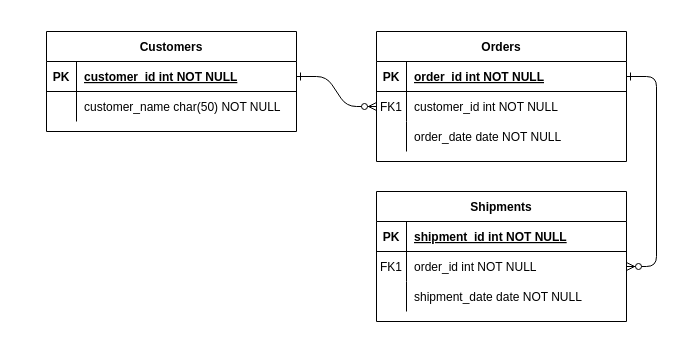
Jes-us/WAFoodOrders keeps this draw.io diagram as Untitled Diagram.drawio. Above is the earlier version. Source tidied: cells renumbered, new cells numbered last; positions are measured from the earlier drawing's top-left corner, leaving out a move shared by most shapes. Both pictures are drawn from the tidied source at 100%, with x=0, y=0 at pixel (46, 31).
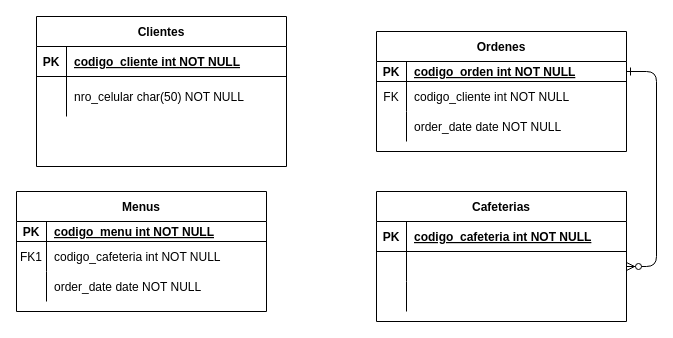
After the change.

Commit message:
Primeros cambios

The change refers to these unchanged cells:
```xml
<mxCell id="15" style="shape=partialRectangle;fillColor=none;top=0;left=0;right=0;bottom=1;" parent="14" vertex="1">
  <mxGeometry y="30" width="250" height="30" as="geometry" />
</mxCell>
<mxCell id="18" style="shape=partialRectangle;fillColor=none;points=[[0,0.5],[1,0.5]];portConstraint=eastwest;top=0;left=0;right=0;bottom=0;" parent="14" vertex="1">
  <mxGeometry y="60" width="250" height="30" as="geometry" />
</mxCell>
<mxCell id="21" style="shape=partialRectangle;fillColor=none;top=0;left=0;right=0;bottom=0;" parent="14" vertex="1">
  <mxGeometry y="90" width="250" height="30" as="geometry" />
</mxCell>
<mxCell id="25" style="shape=partialRectangle;fillColor=none;points=[[0,0.5],[1,0.5]];portConstraint=eastwest;top=0;left=0;right=0;bottom=1;" parent="24" vertex="1">
  <mxGeometry y="30" width="250" height="30" as="geometry" />
</mxCell>
```

Diff of the diagram source:
```diff
@@
-    <mxCell id="2" style="edgeStyle=entityRelationEdgeStyle;endArrow=ERzeroToMany;startArrow=ERone;endFill=1;startFill=0;" parent="1" edge="1" source="25" target="8">
-      <mxGeometry relative="1" as="geometry" />
-    </mxCell>
@@
-    <mxCell id="4" value="Orders" style="shape=table;startSize=30;childLayout=tableLayout;rowLines=0;fontStyle=1;align=center;" parent="1" vertex="1">
-      <mxGeometry x="330" width="250" height="130" as="geometry" />
+    <mxCell id="4" value="Ordenes" style="shape=table;startSize=30;childLayout=tableLayout;rowLines=0;fontStyle=1;align=center;" parent="1" vertex="1">
+      <mxGeometry x="330" width="250" height="120" as="geometry" />
     </mxCell>
     <mxCell id="5" style="shape=partialRectangle;fillColor=none;points=[[0,0.5],[1,0.5]];portConstraint=eastwest;top=0;left=0;right=0;bottom=1;" parent="4" vertex="1">
-      <mxGeometry y="30" width="250" height="30" as="geometry" />
+      <mxGeometry y="30" width="250" height="20" as="geometry" />
     </mxCell>
     <mxCell id="6" value="PK" style="shape=partialRectangle;overflow=hidden;fillColor=none;top=0;left=0;bottom=0;right=0;fontStyle=1;" parent="5" vertex="1">
-      <mxGeometry width="30" height="30" as="geometry" />
+      <mxGeometry width="30" height="20" as="geometry" />
     </mxCell>
-    <mxCell id="7" value="order_id int NOT NULL " style="shape=partialRectangle;overflow=hidden;fillColor=none;top=0;left=0;bottom=0;right=0;align=left;spacingLeft=6;fontStyle=5;" parent="5" vertex="1">
-      <mxGeometry x="30" width="220" height="30" as="geometry" />
+    <mxCell id="7" value="codigo_orden int NOT NULL " style="shape=partialRectangle;overflow=hidden;fillColor=none;top=0;left=0;bottom=0;right=0;align=left;spacingLeft=6;fontStyle=5;" parent="5" vertex="1">
+      <mxGeometry x="30" width="220" height="20" as="geometry" />
     </mxCell>
     <mxCell id="8" style="shape=partialRectangle;fillColor=none;points=[[0,0.5],[1,0.5]];portConstraint=eastwest;top=0;left=0;right=0;bottom=0;" parent="4" vertex="1">
-      <mxGeometry y="60" width="250" height="30" as="geometry" />
+      <mxGeometry y="50" width="250" height="30" as="geometry" />
     </mxCell>
-    <mxCell id="9" value="FK1" style="shape=partialRectangle;overflow=hidden;fillColor=none;top=0;left=0;bottom=0;right=0;" parent="8" vertex="1">
+    <mxCell id="9" value="FK" style="shape=partialRectangle;overflow=hidden;fillColor=none;top=0;left=0;bottom=0;right=0;" parent="8" vertex="1">
       <mxGeometry width="30" height="30" as="geometry" />
     </mxCell>
-    <mxCell id="10" value="customer_id int NOT NULL" style="shape=partialRectangle;overflow=hidden;fillColor=none;top=0;left=0;bottom=0;right=0;align=left;spacingLeft=6;" parent="8" vertex="1">
+    <mxCell id="10" value="codigo_cliente int NOT NULL" style="shape=partialRectangle;overflow=hidden;fillColor=none;top=0;left=0;bottom=0;right=0;align=left;spacingLeft=6;" parent="8" vertex="1">
       <mxGeometry x="30" width="220" height="30" as="geometry" />
     </mxCell>
     <mxCell id="11" style="shape=partialRectangle;fillColor=none;top=0;left=0;right=0;bottom=0;" parent="4" vertex="1">
-      <mxGeometry y="90" width="250" height="30" as="geometry" />
+      <mxGeometry y="80" width="250" height="30" as="geometry" />
     </mxCell>
@@
-    <mxCell id="14" value="Shipments" style="shape=table;startSize=30;childLayout=tableLayout;rowLines=0;fontStyle=1;align=center;" parent="1" vertex="1">
+    <mxCell id="14" value="Cafeterias" style="shape=table;startSize=30;childLayout=tableLayout;rowLines=0;fontStyle=1;align=center;" parent="1" vertex="1">
       <mxGeometry x="330" y="160" width="250" height="130" as="geometry" />
     </mxCell>
@@
-    <mxCell id="17" value="shipment_id int NOT NULL " style="shape=partialRectangle;overflow=hidden;fillColor=none;top=0;left=0;bottom=0;right=0;align=left;spacingLeft=6;fontStyle=5;" parent="15" vertex="1">
+    <mxCell id="17" value="codigo_cafeteria int NOT NULL " style="shape=partialRectangle;overflow=hidden;fillColor=none;top=0;left=0;bottom=0;right=0;align=left;spacingLeft=6;fontStyle=5;" parent="15" vertex="1">
       <mxGeometry x="30" width="220" height="30" as="geometry" />
     </mxCell>
@@
-    <mxCell id="19" value="FK1" style="shape=partialRectangle;overflow=hidden;fillColor=none;top=0;left=0;bottom=0;right=0;" parent="18" vertex="1">
+    <mxCell id="19" style="shape=partialRectangle;overflow=hidden;fillColor=none;top=0;left=0;bottom=0;right=0;" parent="18" vertex="1">
       <mxGeometry width="30" height="30" as="geometry" />
     </mxCell>
-    <mxCell id="20" value="order_id int NOT NULL" style="shape=partialRectangle;overflow=hidden;fillColor=none;top=0;left=0;bottom=0;right=0;align=left;spacingLeft=6;" parent="18" vertex="1">
+    <mxCell id="20" style="shape=partialRectangle;overflow=hidden;fillColor=none;top=0;left=0;bottom=0;right=0;align=left;spacingLeft=6;" parent="18" vertex="1">
       <mxGeometry x="30" width="220" height="30" as="geometry" />
     </mxCell>
@@
-    <mxCell id="23" value="shipment_date date NOT NULL" style="shape=partialRectangle;overflow=hidden;fillColor=none;top=0;left=0;bottom=0;right=0;align=left;spacingLeft=6;" parent="21" vertex="1">
+    <mxCell id="23" style="shape=partialRectangle;overflow=hidden;fillColor=none;top=0;left=0;bottom=0;right=0;align=left;spacingLeft=6;" parent="21" vertex="1">
       <mxGeometry x="30" width="220" height="30" as="geometry" />
     </mxCell>
-    <mxCell id="24" value="Customers" style="shape=table;startSize=30;childLayout=tableLayout;rowLines=0;fontStyle=1;align=center;" parent="1" vertex="1">
-      <mxGeometry width="250" height="100" as="geometry" />
+    <mxCell id="24" value="Clientes" style="shape=table;startSize=30;childLayout=tableLayout;rowLines=0;fontStyle=1;align=center;" parent="1" vertex="1">
+      <mxGeometry x="-10" y="-15" width="250" height="150" as="geometry" />
     </mxCell>
@@
-    <mxCell id="27" value="customer_id int NOT NULL " style="shape=partialRectangle;overflow=hidden;fillColor=none;top=0;left=0;bottom=0;right=0;align=left;spacingLeft=6;fontStyle=5;" parent="25" vertex="1">
+    <mxCell id="27" value="codigo_cliente int NOT NULL " style="shape=partialRectangle;overflow=hidden;fillColor=none;top=0;left=0;bottom=0;right=0;align=left;spacingLeft=6;fontStyle=5;" parent="25" vertex="1">
       <mxGeometry x="30" width="220" height="30" as="geometry" />
     </mxCell>
     <mxCell id="28" style="shape=partialRectangle;fillColor=none;top=0;left=0;right=0;bottom=0;" parent="24" vertex="1">
-      <mxGeometry y="60" width="250" height="30" as="geometry" />
+      <mxGeometry y="60" width="250" height="40" as="geometry" />
     </mxCell>
     <mxCell id="29" style="shape=partialRectangle;overflow=hidden;fillColor=none;top=0;left=0;bottom=0;right=0;" parent="28" vertex="1">
-      <mxGeometry width="30" height="30" as="geometry" />
+      <mxGeometry width="30" height="40" as="geometry" />
     </mxCell>
-    <mxCell id="30" value="customer_name char(50) NOT NULL" style="shape=partialRectangle;overflow=hidden;fillColor=none;top=0;left=0;bottom=0;right=0;align=left;spacingLeft=6;" parent="28" vertex="1">
-      <mxGeometry x="30" width="220" height="30" as="geometry" />
+    <mxCell id="30" value="nro_celular char(50) NOT NULL" style="shape=partialRectangle;overflow=hidden;fillColor=none;top=0;left=0;bottom=0;right=0;align=left;spacingLeft=6;" parent="28" vertex="1">
+      <mxGeometry x="30" width="220" height="40" as="geometry" />
     </mxCell>
+    <mxCell id="31" value="Menus" style="shape=table;startSize=30;childLayout=tableLayout;rowLines=0;fontStyle=1;align=center;" parent="1" vertex="1">
+      <mxGeometry x="-30" y="160" width="250" height="120" as="geometry" />
+    </mxCell>
+    <mxCell id="32" style="shape=partialRectangle;fillColor=none;top=0;left=0;right=0;bottom=1;" parent="31" vertex="1">
+      <mxGeometry y="30" width="250" height="20" as="geometry" />
+    </mxCell>
+    <mxCell id="33" value="PK" style="shape=partialRectangle;overflow=hidden;fillColor=none;top=0;left=0;bottom=0;right=0;fontStyle=1;" parent="32" vertex="1">
+      <mxGeometry width="30" height="20" as="geometry" />
+    </mxCell>
+    <mxCell id="34" value="codigo_menu int NOT NULL" style="shape=partialRectangle;overflow=hidden;fillColor=none;top=0;left=0;bottom=0;right=0;align=left;spacingLeft=6;fontStyle=5;" parent="32" vertex="1">
+      <mxGeometry x="30" width="220" height="20" as="geometry" />
+    </mxCell>
+    <mxCell id="35" style="shape=partialRectangle;fillColor=none;top=0;left=0;right=0;bottom=0;" parent="31" vertex="1">
+      <mxGeometry y="50" width="250" height="30" as="geometry" />
+    </mxCell>
+    <mxCell id="36" value="FK1" style="shape=partialRectangle;overflow=hidden;fillColor=none;top=0;left=0;bottom=0;right=0;" parent="35" vertex="1">
+      <mxGeometry width="30" height="30" as="geometry" />
+    </mxCell>
+    <mxCell id="37" value="codigo_cafeteria int NOT NULL" style="shape=partialRectangle;overflow=hidden;fillColor=none;top=0;left=0;bottom=0;right=0;align=left;spacingLeft=6;" parent="35" vertex="1">
+      <mxGeometry x="30" width="220" height="30" as="geometry" />
+    </mxCell>
+    <mxCell id="38" style="shape=partialRectangle;fillColor=none;top=0;left=0;right=0;bottom=0;" parent="31" vertex="1">
+      <mxGeometry y="80" width="250" height="30" as="geometry" />
+    </mxCell>
+    <mxCell id="39" style="shape=partialRectangle;overflow=hidden;fillColor=none;top=0;left=0;bottom=0;right=0;" parent="38" vertex="1">
+      <mxGeometry width="30" height="30" as="geometry" />
+    </mxCell>
+    <mxCell id="40" value="order_date date NOT NULL" style="shape=partialRectangle;overflow=hidden;fillColor=none;top=0;left=0;bottom=0;right=0;align=left;spacingLeft=6;" parent="38" vertex="1">
+      <mxGeometry x="30" width="220" height="30" as="geometry" />
+    </mxCell>
```
